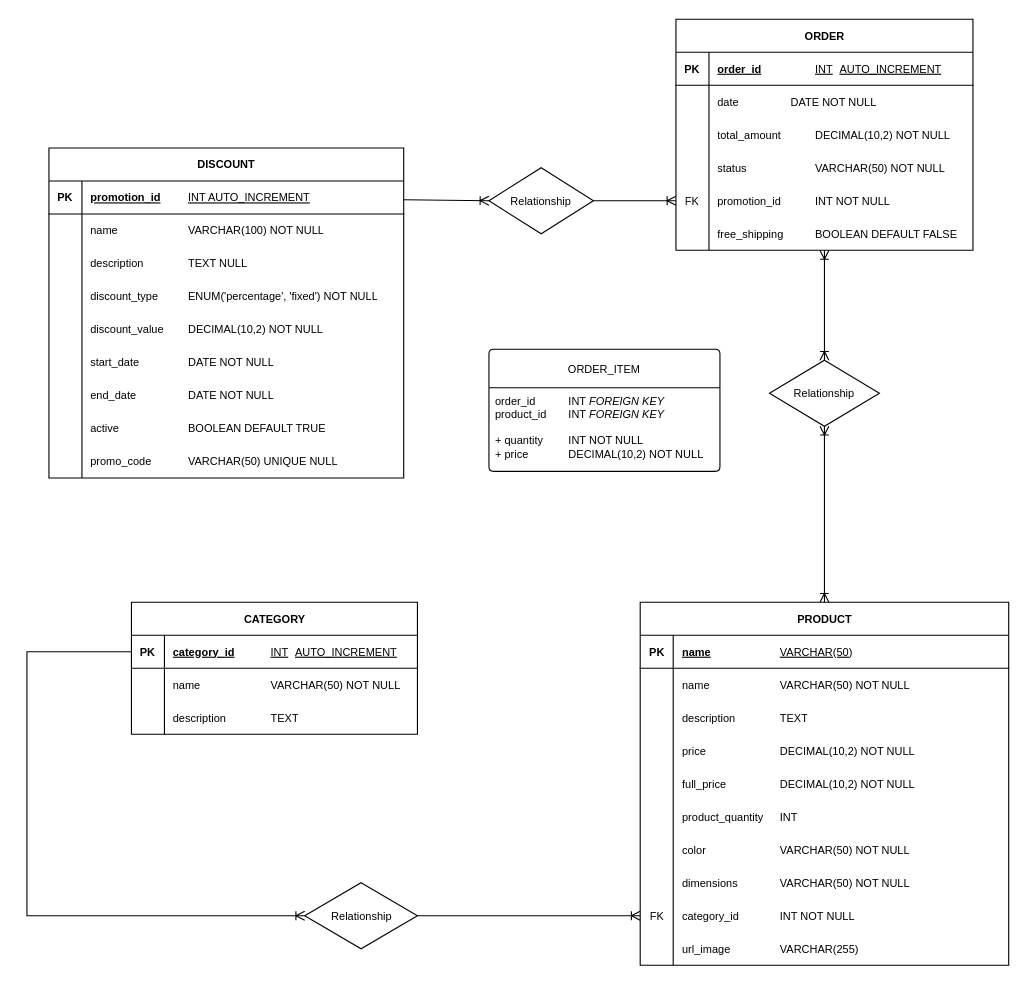
Above: ER_DIAGRAM/dualia_db.dio in Michecosa/team-1 (draw.io), before the change. Source tidied: cells renumbered, new cells numbered last; positions are measured from the earlier drawing's top-left corner, leaving out a move shared by most shapes. Both pictures are drawn from the tidied source at 110%, with x=0, y=0 at pixel (26, 19).
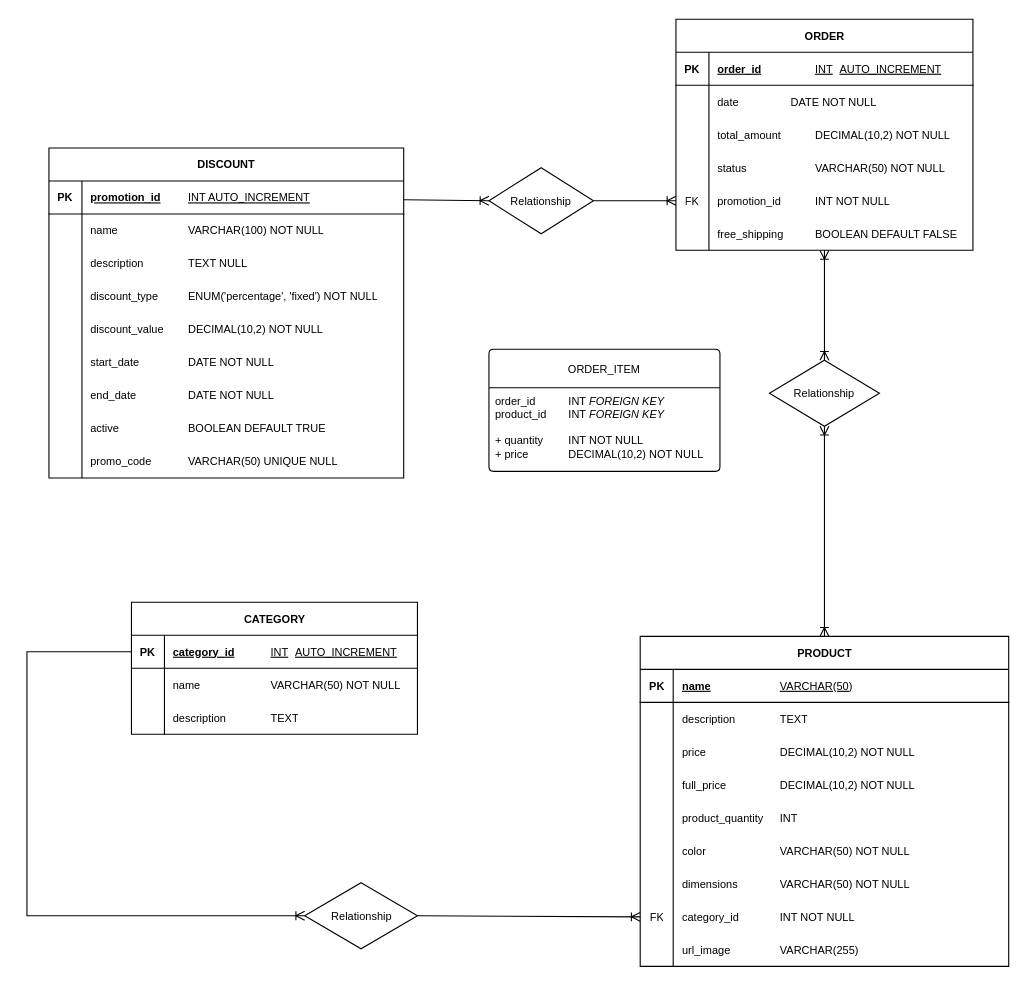
Above is the later version.

The edit, as a diff of the source:
```diff
@@
     <mxCell id="49" value="PRODUCT" style="shape=table;startSize=30;childLayout=tableLayout;rowLines=0;fontStyle=1;align=center;html=1;fontSize=10;" parent="1" vertex="1">
-      <mxGeometry x="557.5" y="530" width="335" height="330" as="geometry" />
+      <mxGeometry x="557.5" y="561" width="335" height="300" as="geometry" />
     </mxCell>
@@
-    <mxCell id="53" style="shape=tableRow;horizontal=0;startSize=0;swimlaneHead=0;swimlaneBody=0;fillColor=none;top=0;left=0;right=0;bottom=0;fontSize=10;" parent="49" vertex="1">
-      <mxGeometry y="60" width="335" height="30" as="geometry" />
-    </mxCell>
-    <mxCell id="54" style="shape=partialRectangle;fillColor=none;top=0;left=0;bottom=0;right=0;overflow=hidden;whiteSpace=wrap;html=1;fontSize=10;" parent="53" vertex="1">
-      <mxGeometry width="30" height="30" as="geometry" />
-    </mxCell>
-    <mxCell id="55" value="name&lt;span style=&quot;white-space: pre;&quot;&gt;&#9;&lt;/span&gt;&lt;span style=&quot;white-space: pre;&quot;&gt;&#9;&lt;/span&gt;&lt;span style=&quot;white-space: pre;&quot;&gt;&#9;&lt;/span&gt;VARCHAR(50) NOT NULL" style="shape=partialRectangle;fillColor=none;top=0;left=0;bottom=0;right=0;align=left;spacingLeft=6;overflow=hidden;whiteSpace=wrap;html=1;fontSize=10;" parent="53" vertex="1">
-      <mxGeometry x="30" width="305" height="30" as="geometry" />
-    </mxCell>
     <mxCell id="56" style="shape=tableRow;horizontal=0;startSize=0;swimlaneHead=0;swimlaneBody=0;fillColor=none;top=0;left=0;right=0;bottom=0;fontSize=10;" parent="49" vertex="1">
-      <mxGeometry y="90" width="335" height="30" as="geometry" />
+      <mxGeometry y="60" width="335" height="30" as="geometry" />
     </mxCell>
@@
     <mxCell id="59" style="shape=tableRow;horizontal=0;startSize=0;swimlaneHead=0;swimlaneBody=0;fillColor=none;top=0;left=0;right=0;bottom=0;fontSize=10;" parent="49" vertex="1">
-      <mxGeometry y="120" width="335" height="30" as="geometry" />
+      <mxGeometry y="90" width="335" height="30" as="geometry" />
     </mxCell>
@@
     <mxCell id="62" style="shape=tableRow;horizontal=0;startSize=0;swimlaneHead=0;swimlaneBody=0;fillColor=none;top=0;left=0;right=0;bottom=0;fontSize=10;" parent="49" vertex="1">
-      <mxGeometry y="150" width="335" height="30" as="geometry" />
+      <mxGeometry y="120" width="335" height="30" as="geometry" />
     </mxCell>
@@
     <mxCell id="65" style="shape=tableRow;horizontal=0;startSize=0;swimlaneHead=0;swimlaneBody=0;fillColor=none;top=0;left=0;right=0;bottom=0;fontSize=10;" parent="49" vertex="1">
-      <mxGeometry y="180" width="335" height="30" as="geometry" />
+      <mxGeometry y="150" width="335" height="30" as="geometry" />
     </mxCell>
@@
     <mxCell id="68" style="shape=tableRow;horizontal=0;startSize=0;swimlaneHead=0;swimlaneBody=0;fillColor=none;top=0;left=0;right=0;bottom=0;fontSize=10;" parent="49" vertex="1">
-      <mxGeometry y="210" width="335" height="30" as="geometry" />
+      <mxGeometry y="180" width="335" height="30" as="geometry" />
     </mxCell>
@@
     <mxCell id="71" style="shape=tableRow;horizontal=0;startSize=0;swimlaneHead=0;swimlaneBody=0;fillColor=none;top=0;left=0;right=0;bottom=0;fontSize=10;" parent="49" vertex="1">
-      <mxGeometry y="240" width="335" height="30" as="geometry" />
+      <mxGeometry y="210" width="335" height="30" as="geometry" />
     </mxCell>
@@
     <mxCell id="74" style="shape=tableRow;horizontal=0;startSize=0;swimlaneHead=0;swimlaneBody=0;fillColor=none;points=[[0,0.5],[1,0.5]];portConstraint=eastwest;top=0;left=0;right=0;bottom=0;fontSize=10;" parent="49" vertex="1">
-      <mxGeometry y="270" width="335" height="30" as="geometry" />
+      <mxGeometry y="240" width="335" height="30" as="geometry" />
     </mxCell>
@@
     <mxCell id="77" style="shape=tableRow;horizontal=0;startSize=0;swimlaneHead=0;swimlaneBody=0;fillColor=none;top=0;left=0;right=0;bottom=0;fontSize=10;" parent="49" vertex="1">
-      <mxGeometry y="300" width="335" height="30" as="geometry" />
+      <mxGeometry y="270" width="335" height="30" as="geometry" />
     </mxCell>
```
